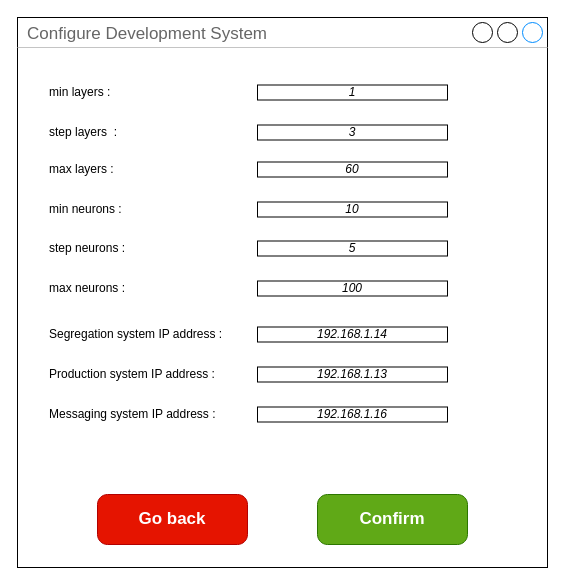
Above: configure/development_system(BELLO).drawio in BaffoBello14/AutomaticDamagesRecognition (draw.io), before the change. Source tidied: cells renumbered, new cells numbered last; positions are measured from the earlier drawing's top-left corner, leaving out a move shared by most shapes. Both pictures are drawn from the tidied source at 100%, with x=0, y=0 at pixel (17, 17).
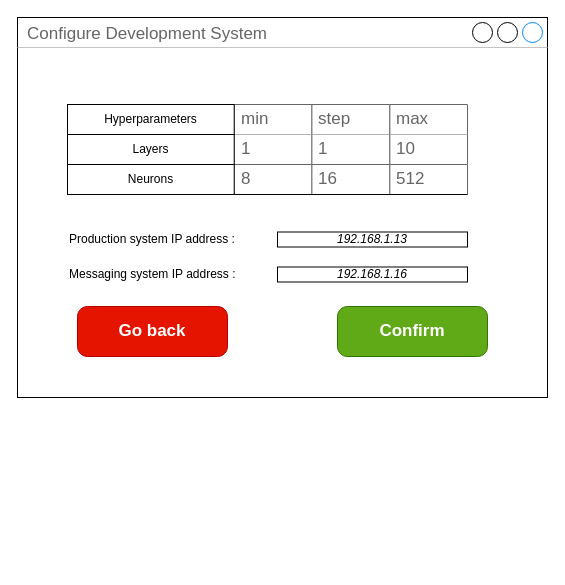
The same diagram, later.

Commit message:
add configure development system

What changed in the source:
```diff
@@
     <mxCell id="2" value="Configure Development System" style="strokeWidth=1;shadow=0;dashed=0;align=center;html=1;shape=mxgraph.mockup.containers.window;align=left;verticalAlign=top;spacingLeft=8;strokeColor2=#008cff;strokeColor3=#c4c4c4;fontColor=#666666;mainText=;fontSize=17;labelBackgroundColor=none;whiteSpace=wrap;" parent="1" vertex="1">
-      <mxGeometry width="530" height="550" as="geometry" />
+      <mxGeometry width="530" height="380" as="geometry" />
     </mxCell>
     <mxCell id="3" value="Confirm" style="strokeWidth=1;shadow=0;dashed=0;align=center;html=1;shape=mxgraph.mockup.buttons.button;strokeColor=#2D7600;fontColor=#ffffff;mainText=;buttonStyle=round;fontSize=17;fontStyle=1;fillColor=#60a917;whiteSpace=wrap;" parent="1" vertex="1">
-      <mxGeometry x="300" y="477" width="150" height="50" as="geometry" />
+      <mxGeometry x="320" y="289" width="150" height="50" as="geometry" />
     </mxCell>
     <mxCell id="4" value="Go back" style="strokeWidth=1;shadow=0;dashed=0;align=center;html=1;shape=mxgraph.mockup.buttons.button;strokeColor=#B20000;mainText=;buttonStyle=round;fontSize=17;fontStyle=1;fillColor=#e51400;whiteSpace=wrap;fontColor=#ffffff;" parent="1" vertex="1">
-      <mxGeometry x="80" y="477" width="150" height="50" as="geometry" />
+      <mxGeometry x="60" y="289" width="150" height="50" as="geometry" />
     </mxCell>
-    <mxCell id="5" value="min layers :" style="text;html=1;strokeColor=none;fillColor=none;align=left;verticalAlign=middle;whiteSpace=wrap;rounded=0;" parent="1" vertex="1">
-      <mxGeometry x="30" y="60" width="210" height="30" as="geometry" />
-    </mxCell>
-    <mxCell id="6" value="&lt;i&gt;&lt;font&gt;1&lt;/font&gt;&lt;/i&gt;" style="rounded=0;whiteSpace=wrap;html=1;fontColor=#000000;" parent="1" vertex="1">
-      <mxGeometry x="240" y="67.5" width="190" height="15" as="geometry" />
-    </mxCell>
-    <mxCell id="7" value="step layers&amp;nbsp; :" style="text;html=1;strokeColor=none;fillColor=none;align=left;verticalAlign=middle;whiteSpace=wrap;rounded=0;" parent="1" vertex="1">
-      <mxGeometry x="30" y="100" width="210" height="30" as="geometry" />
-    </mxCell>
-    <mxCell id="8" value="&lt;i&gt;&lt;font&gt;3&lt;/font&gt;&lt;/i&gt;" style="rounded=0;whiteSpace=wrap;html=1;fontColor=#000000;" parent="1" vertex="1">
-      <mxGeometry x="240" y="107.5" width="190" height="15" as="geometry" />
-    </mxCell>
-    <mxCell id="9" value="Segregation system IP address :" style="text;html=1;strokeColor=none;fillColor=none;align=left;verticalAlign=middle;whiteSpace=wrap;rounded=0;" parent="1" vertex="1">
-      <mxGeometry x="30" y="302" width="210" height="30" as="geometry" />
-    </mxCell>
-    <mxCell id="10" value="&lt;i&gt;&lt;font&gt;192.168.1.14&lt;/font&gt;&lt;/i&gt;" style="rounded=0;whiteSpace=wrap;html=1;fontColor=#000000;" parent="1" vertex="1">
-      <mxGeometry x="240" y="309.5" width="190" height="15" as="geometry" />
-    </mxCell>
     <mxCell id="11" value="Production system IP address :" style="text;html=1;strokeColor=none;fillColor=none;align=left;verticalAlign=middle;whiteSpace=wrap;rounded=0;" parent="1" vertex="1">
-      <mxGeometry x="30" y="342" width="210" height="30" as="geometry" />
+      <mxGeometry x="50" y="207" width="210" height="30" as="geometry" />
     </mxCell>
     <mxCell id="12" value="&lt;i style=&quot;border-color: var(--border-color);&quot;&gt;&lt;font style=&quot;border-color: var(--border-color);&quot;&gt;192.168.1.13&lt;/font&gt;&lt;/i&gt;" style="rounded=0;whiteSpace=wrap;html=1;fontColor=#000000;" parent="1" vertex="1">
-      <mxGeometry x="240" y="349.5" width="190" height="15" as="geometry" />
+      <mxGeometry x="260" y="214.5" width="190" height="15" as="geometry" />
     </mxCell>
     <mxCell id="13" value="Messaging system IP address :" style="text;html=1;strokeColor=none;fillColor=none;align=left;verticalAlign=middle;whiteSpace=wrap;rounded=0;" parent="1" vertex="1">
-      <mxGeometry x="30" y="382" width="210" height="30" as="geometry" />
+      <mxGeometry x="50" y="242" width="210" height="30" as="geometry" />
     </mxCell>
     <mxCell id="14" value="&lt;i style=&quot;border-color: var(--border-color);&quot;&gt;&lt;font style=&quot;border-color: var(--border-color);&quot;&gt;192.168.1.16&lt;/font&gt;&lt;/i&gt;" style="rounded=0;whiteSpace=wrap;html=1;fontColor=#000000;" parent="1" vertex="1">
-      <mxGeometry x="240" y="389.5" width="190" height="15" as="geometry" />
+      <mxGeometry x="260" y="249.5" width="190" height="15" as="geometry" />
     </mxCell>
-    <mxCell id="15" value="max layers :" style="text;html=1;strokeColor=none;fillColor=none;align=left;verticalAlign=middle;whiteSpace=wrap;rounded=0;" parent="1" vertex="1">
-      <mxGeometry x="30" y="137" width="210" height="30" as="geometry" />
-    </mxCell>
-    <mxCell id="16" value="&lt;i&gt;60&lt;/i&gt;" style="rounded=0;whiteSpace=wrap;html=1;fontColor=#000000;" parent="1" vertex="1">
-      <mxGeometry x="240" y="144.5" width="190" height="15" as="geometry" />
-    </mxCell>
-    <mxCell id="17" value="min neurons :" style="text;html=1;strokeColor=none;fillColor=none;align=left;verticalAlign=middle;whiteSpace=wrap;rounded=0;" parent="1" vertex="1">
-      <mxGeometry x="30" y="177" width="210" height="30" as="geometry" />
-    </mxCell>
+    <mxCell id="23" value="1" style="strokeWidth=1;shadow=0;dashed=0;align=center;html=1;shape=mxgraph.mockup.forms.uRect;fontSize=17;fontColor=#666666;align=left;spacingLeft=5;strokeColor=#666666;fillColor=#FFFFFF;" parent="1" vertex="1">
+      <mxGeometry x="216.7" y="117" width="77.8" height="30" as="geometry" />
+    </mxCell>
-    <mxCell id="18" value="&lt;i&gt;&lt;font&gt;10&lt;/font&gt;&lt;/i&gt;" style="rounded=0;whiteSpace=wrap;html=1;fontColor=#000000;" parent="1" vertex="1">
-      <mxGeometry x="240" y="184.5" width="190" height="15" as="geometry" />
+    <mxCell id="18" value="10" style="strokeWidth=1;shadow=0;dashed=0;align=center;html=1;shape=mxgraph.mockup.forms.uRect;fontSize=17;fontColor=#666666;align=left;spacingLeft=5;strokeColor=#666666;fillColor=#FFFFFF;" parent="1" vertex="1">
+      <mxGeometry x="372.2" y="117" width="77.8" height="30" as="geometry" />
     </mxCell>
-    <mxCell id="19" value="step neurons :" style="text;html=1;strokeColor=none;fillColor=none;align=left;verticalAlign=middle;whiteSpace=wrap;rounded=0;" parent="1" vertex="1">
-      <mxGeometry x="30" y="216" width="210" height="30" as="geometry" />
-    </mxCell>
-    <mxCell id="20" value="&lt;i&gt;&lt;font&gt;5&lt;/font&gt;&lt;/i&gt;" style="rounded=0;whiteSpace=wrap;html=1;fontColor=#000000;" parent="1" vertex="1">
-      <mxGeometry x="240" y="223.5" width="190" height="15" as="geometry" />
-    </mxCell>
-    <mxCell id="21" value="max neurons :" style="text;html=1;strokeColor=none;fillColor=none;align=left;verticalAlign=middle;whiteSpace=wrap;rounded=0;" parent="1" vertex="1">
-      <mxGeometry x="30" y="256" width="210" height="30" as="geometry" />
-    </mxCell>
-    <mxCell id="22" value="&lt;i&gt;&lt;font&gt;100&lt;/font&gt;&lt;/i&gt;" style="rounded=0;whiteSpace=wrap;html=1;fontColor=#000000;" parent="1" vertex="1">
-      <mxGeometry x="240" y="263.5" width="190" height="15" as="geometry" />
-    </mxCell>
+    <mxCell id="24" value="1" style="strokeWidth=1;shadow=0;dashed=0;align=center;html=1;shape=mxgraph.mockup.forms.uRect;fontSize=17;fontColor=#666666;align=left;spacingLeft=5;strokeColor=#666666;fillColor=#FFFFFF;" parent="1" vertex="1">
+      <mxGeometry x="294.4" y="117" width="77.8" height="30" as="geometry" />
+    </mxCell>
+    <mxCell id="25" value="8" style="strokeWidth=1;shadow=0;dashed=0;align=center;html=1;shape=mxgraph.mockup.forms.uRect;fontSize=17;fontColor=#666666;align=left;spacingLeft=5;strokeColor=#666666;fillColor=#FFFFFF;" parent="1" vertex="1">
+      <mxGeometry x="216.7" y="147" width="77.8" height="30" as="geometry" />
+    </mxCell>
+    <mxCell id="26" value="512" style="strokeWidth=1;shadow=0;dashed=0;align=center;html=1;shape=mxgraph.mockup.forms.uRect;fontSize=17;fontColor=#666666;align=left;spacingLeft=5;strokeColor=#666666;fillColor=#FFFFFF;" parent="1" vertex="1">
+      <mxGeometry x="372.2" y="147" width="77.8" height="30" as="geometry" />
+    </mxCell>
+    <mxCell id="27" value="16" style="strokeWidth=1;shadow=0;dashed=0;align=center;html=1;shape=mxgraph.mockup.forms.uRect;fontSize=17;fontColor=#666666;align=left;spacingLeft=5;strokeColor=#666666;fillColor=#FFFFFF;" parent="1" vertex="1">
+      <mxGeometry x="294.4" y="147" width="77.8" height="30" as="geometry" />
+    </mxCell>
+    <mxCell id="28" style="endArrow=none;html=1;exitX=0;exitY=1;exitDx=0;exitDy=0;exitPerimeter=0;entryX=1;entryY=1;entryDx=0;entryDy=0;entryPerimeter=0;" parent="1" edge="1" source="25" target="26">
+      <mxGeometry relative="1" as="geometry" />
+    </mxCell>
+    <mxCell id="29" value="min" style="strokeWidth=1;shadow=0;dashed=0;align=center;html=1;shape=mxgraph.mockup.forms.uRect;fontSize=17;fontColor=#666666;align=left;spacingLeft=5;strokeColor=#666666;fillColor=#FFFFFF;" parent="1" vertex="1">
+      <mxGeometry x="216.7" y="87" width="77.8" height="30" as="geometry" />
+    </mxCell>
+    <mxCell id="30" value="max" style="strokeWidth=1;shadow=0;dashed=0;align=center;html=1;shape=mxgraph.mockup.forms.uRect;fontSize=17;fontColor=#666666;align=left;spacingLeft=5;strokeColor=#666666;fillColor=#FFFFFF;" parent="1" vertex="1">
+      <mxGeometry x="372.2" y="87" width="77.8" height="30" as="geometry" />
+    </mxCell>
+    <mxCell id="31" value="step" style="strokeWidth=1;shadow=0;dashed=0;align=center;html=1;shape=mxgraph.mockup.forms.uRect;fontSize=17;fontColor=#666666;align=left;spacingLeft=5;strokeColor=#666666;fillColor=#FFFFFF;" parent="1" vertex="1">
+      <mxGeometry x="294.4" y="87" width="77.8" height="30" as="geometry" />
+    </mxCell>
+    <mxCell id="32" value="Layers" style="whiteSpace=wrap;html=1;fillColor=#FFFFFF;" parent="1" vertex="1">
+      <mxGeometry x="50" y="117" width="166.7" height="30" as="geometry" />
+    </mxCell>
+    <mxCell id="33" value="Neurons" style="whiteSpace=wrap;html=1;fillColor=#FFFFFF;" parent="1" vertex="1">
+      <mxGeometry x="50" y="147" width="166.7" height="30" as="geometry" />
+    </mxCell>
+    <mxCell id="34" value="Hyperparameters" style="whiteSpace=wrap;html=1;fillColor=#FFFFFF;" parent="1" vertex="1">
+      <mxGeometry x="50" y="87" width="166.7" height="30" as="geometry" />
+    </mxCell>
```
